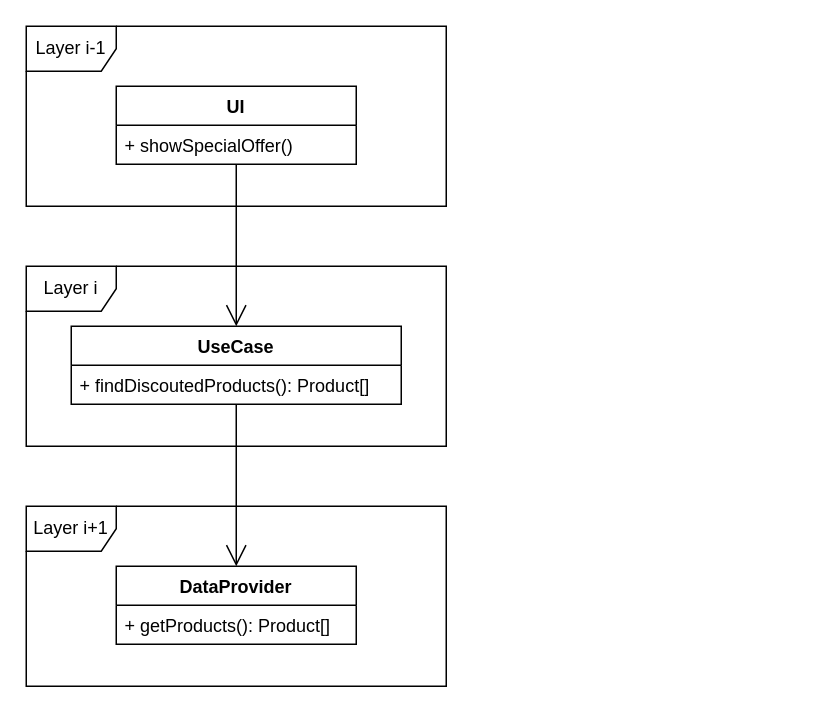
Above: doc/diagram/source/dependency_inversion_principle.drawio in bdoerfchen/mkss1_labor (draw.io), before the change. Source tidied: cells renumbered, new cells numbered last; positions are measured from the earlier drawing's top-left corner, leaving out a move shared by most shapes. Both pictures are drawn from the tidied source at 150%, with x=0, y=0 at pixel (26, 26).
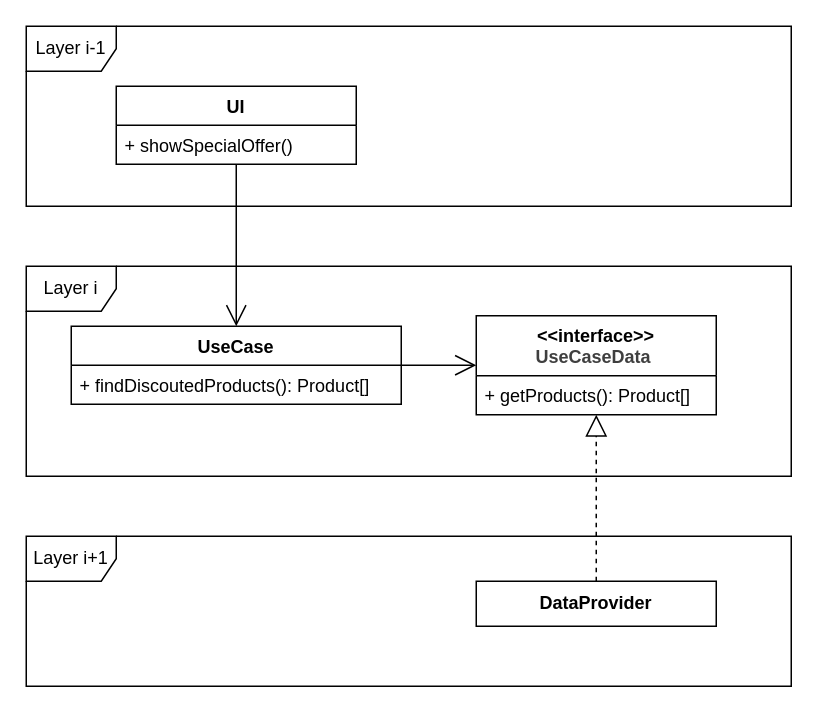
The same page after the edit.

The edit, as a diff of the source:
```diff
@@
 <mxGraphModel>
   <root>
     <mxCell id="0" />
     <mxCell id="1" parent="0" />
     <mxCell id="2" value="Layer i-1" style="shape=umlFrame;whiteSpace=wrap;html=1;" parent="1" vertex="1">
-      <mxGeometry width="280" height="120" as="geometry" />
+      <mxGeometry width="510" height="120" as="geometry" />
     </mxCell>
     <mxCell id="3" value="Layer i" style="shape=umlFrame;whiteSpace=wrap;html=1;" parent="1" vertex="1">
-      <mxGeometry y="160" width="280" height="120" as="geometry" />
+      <mxGeometry y="160" width="510" height="140" as="geometry" />
     </mxCell>
     <mxCell id="4" value="Layer i+1" style="shape=umlFrame;whiteSpace=wrap;html=1;" parent="1" vertex="1">
-      <mxGeometry y="320" width="280" height="120" as="geometry" />
+      <mxGeometry y="340" width="510" height="100" as="geometry" />
     </mxCell>
     <mxCell id="5" value="UI" style="swimlane;fontStyle=1;align=center;verticalAlign=top;horizontal=1;startSize=26;whiteSpace=wrap;html=1;" parent="1" vertex="1">
       <mxGeometry x="60" y="40" width="160" height="52" as="geometry" />
     </mxCell>
     <mxCell id="6" value="+ showSpecialOffer()" style="text;strokeColor=none;fillColor=none;align=left;verticalAlign=top;spacingLeft=4;spacingRight=4;overflow=hidden;whiteSpace=wrap;html=1;" parent="5" vertex="1">
       <mxGeometry y="26" width="160" height="26" as="geometry" />
     </mxCell>
     <mxCell id="7" value="UseCase" style="swimlane;fontStyle=1;align=center;verticalAlign=top;horizontal=1;startSize=26;whiteSpace=wrap;html=1;" parent="1" vertex="1">
       <mxGeometry x="30" y="200" width="220" height="52" as="geometry" />
     </mxCell>
     <mxCell id="8" value="+ findDiscoutedProducts(): Product[]" style="text;strokeColor=none;fillColor=none;align=left;verticalAlign=top;spacingLeft=4;spacingRight=4;overflow=hidden;whiteSpace=wrap;html=1;" parent="7" vertex="1">
       <mxGeometry y="26" width="220" height="26" as="geometry" />
     </mxCell>
-    <mxCell id="9" value="DataProvider" style="swimlane;fontStyle=1;align=center;verticalAlign=top;horizontal=1;startSize=26;whiteSpace=wrap;html=1;" parent="1" vertex="1">
-      <mxGeometry x="60" y="360" width="160" height="52" as="geometry" />
-    </mxCell>
-    <mxCell id="10" value="+ getProducts(): Product[]" style="text;strokeColor=none;fillColor=none;align=left;verticalAlign=top;spacingLeft=4;spacingRight=4;overflow=hidden;whiteSpace=wrap;html=1;" parent="9" vertex="1">
-      <mxGeometry y="26" width="160" height="26" as="geometry" />
-    </mxCell>
-    <mxCell id="11" style="endArrow=open;endFill=1;endSize=12;html=1;" parent="1" edge="1" source="7" target="9">
+    <mxCell id="11" style="endArrow=open;endFill=1;endSize=12;html=1;" parent="1" edge="1" source="7" target="13">
       <mxGeometry relative="1" as="geometry" />
     </mxCell>
     <mxCell id="12" style="endArrow=open;endFill=1;endSize=12;html=1;" parent="1" edge="1" source="5" target="7">
       <mxGeometry relative="1" as="geometry" />
     </mxCell>
+    <mxCell id="13" value="&lt;span style=&quot;color: rgb(0, 0, 0);&quot;&gt;&amp;lt;&amp;lt;interface&amp;gt;&amp;gt;&lt;/span&gt;&lt;div style=&quot;color: rgb(63, 63, 63); scrollbar-color: rgb(226, 226, 226) rgb(251, 251, 251);&quot;&gt;UseCaseData&lt;span style=&quot;scrollbar-color: rgb(226, 226, 226) rgb(251, 251, 251); background-color: transparent; color: rgb(63, 63, 63);&quot;&gt;&amp;nbsp;&lt;/span&gt;&lt;/div&gt;" style="swimlane;fontStyle=1;align=center;verticalAlign=top;horizontal=1;startSize=40;whiteSpace=wrap;html=1;" parent="1" vertex="1">
+      <mxGeometry x="300" y="193" width="160" height="66" as="geometry" />
+    </mxCell>
+    <mxCell id="10" value="+ getProducts(): Product[]" style="text;strokeColor=none;fillColor=none;align=left;verticalAlign=top;spacingLeft=4;spacingRight=4;overflow=hidden;whiteSpace=wrap;html=1;" parent="13" vertex="1">
+      <mxGeometry y="40" width="160" height="26" as="geometry" />
+    </mxCell>
+    <mxCell id="14" style="endArrow=block;dashed=1;endFill=0;endSize=12;html=1;" parent="1" edge="1" source="9" target="13">
+      <mxGeometry relative="1" as="geometry" />
+    </mxCell>
+    <mxCell id="9" value="&lt;span style=&quot;color: rgb(0, 0, 0); font-weight: 700;&quot;&gt;DataProvider&lt;/span&gt;" style="html=1;whiteSpace=wrap;" parent="1" vertex="1">
+      <mxGeometry x="300" y="370" width="160" height="30" as="geometry" />
+    </mxCell>
   </root>
 </mxGraphModel>
```
